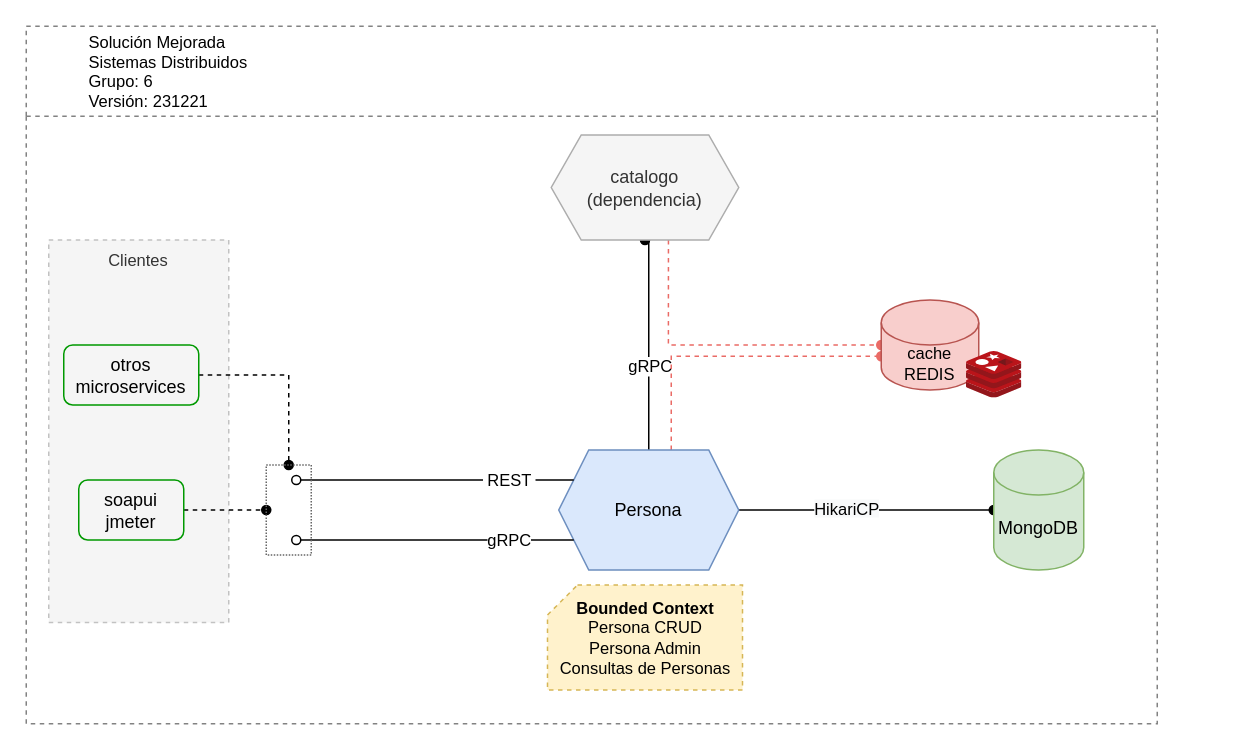
Earlier version of the draw.io diagram page "Page-3" (3 of 3) of docs/distribuidos_plan.drawio (rbarec/distribSolutionPersona). Source tidied: cells renumbered, new cells numbered last; positions are measured from the earlier drawing's top-left corner, leaving out a move shared by most shapes. Both pictures are drawn from the tidied source at 150%, with x=0, y=0 at pixel (26, 26).
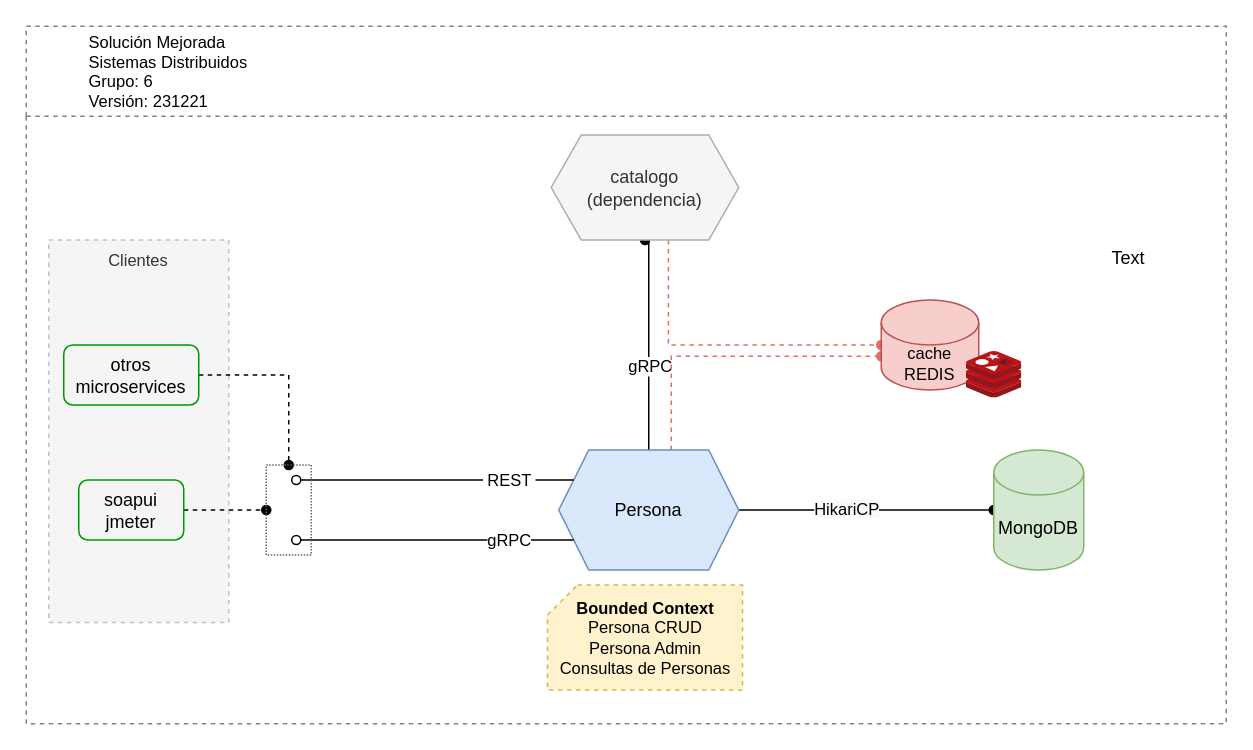
Above is the later version.

Change to the diagram source:
```diff
@@
     <mxCell id="19" value="Solución Mejorada &#10;Sistemas Distribuidos&#10;Grupo: 6&#10;Versión: 231221" style="swimlane;dashed=1;fontSize=11;strokeColor=#828282;align=left;spacingLeft=40;startSize=60;fontStyle=0;" parent="1" vertex="1">
-      <mxGeometry width="754" height="465" as="geometry" />
+      <mxGeometry width="800" height="465" as="geometry" />
     </mxCell>
+    <mxCell id="25" value="Text" style="text;html=1;strokeColor=none;fillColor=none;align=center;verticalAlign=middle;whiteSpace=wrap;rounded=0;" parent="19" vertex="1">
+      <mxGeometry x="670" y="50" width="130" height="210" as="geometry" />
+    </mxCell>
```
